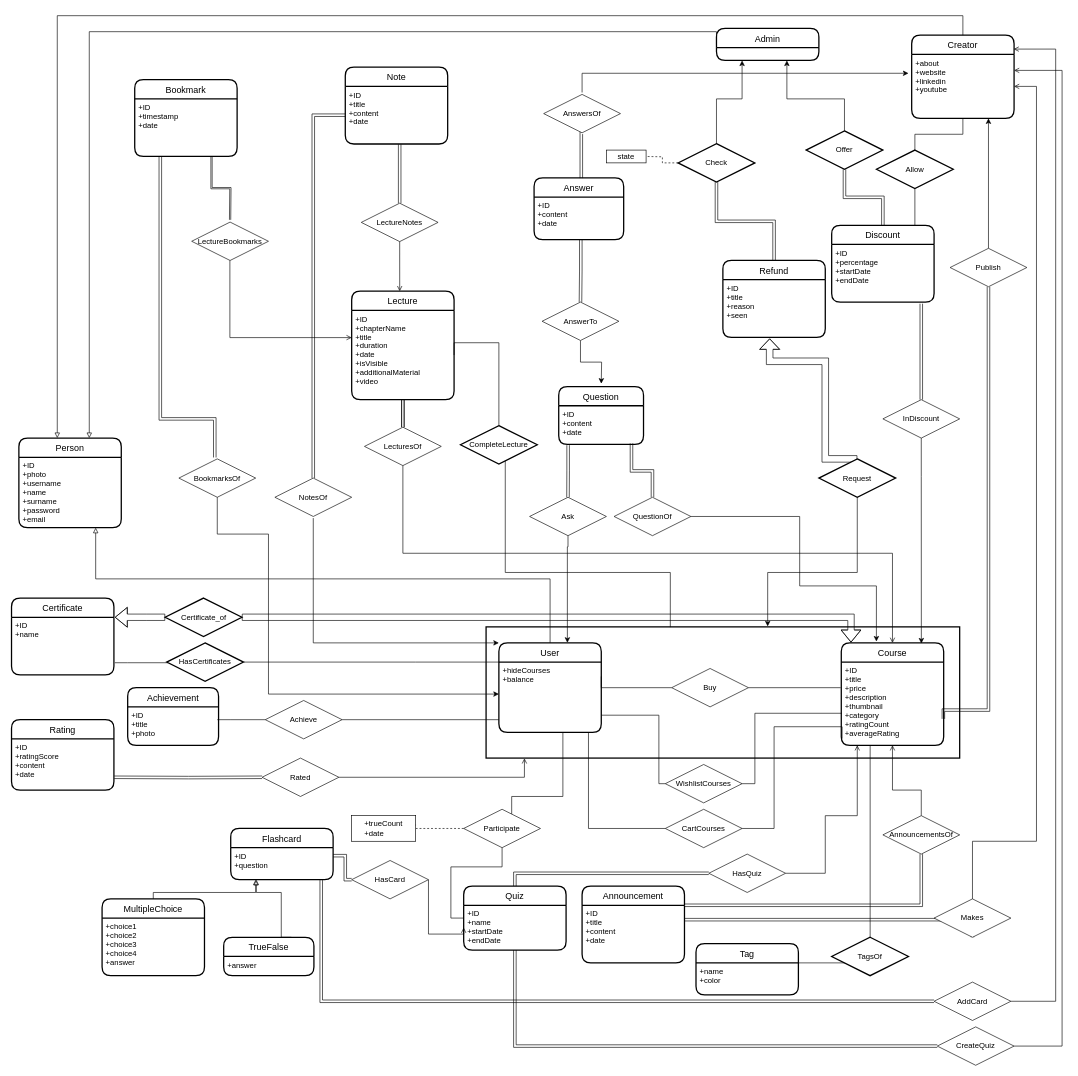
muratangin187/CS353-Project keeps this draw.io diagram as page "Quizlet" (4 of 4) of ER.drawio. Above is the earlier version. Source tidied: cells renumbered, new cells numbered last; positions are measured from the earlier drawing's top-left corner, leaving out a move shared by most shapes. Both pictures are drawn from the tidied source at 64%, with x=0, y=0 at pixel (11, 15).
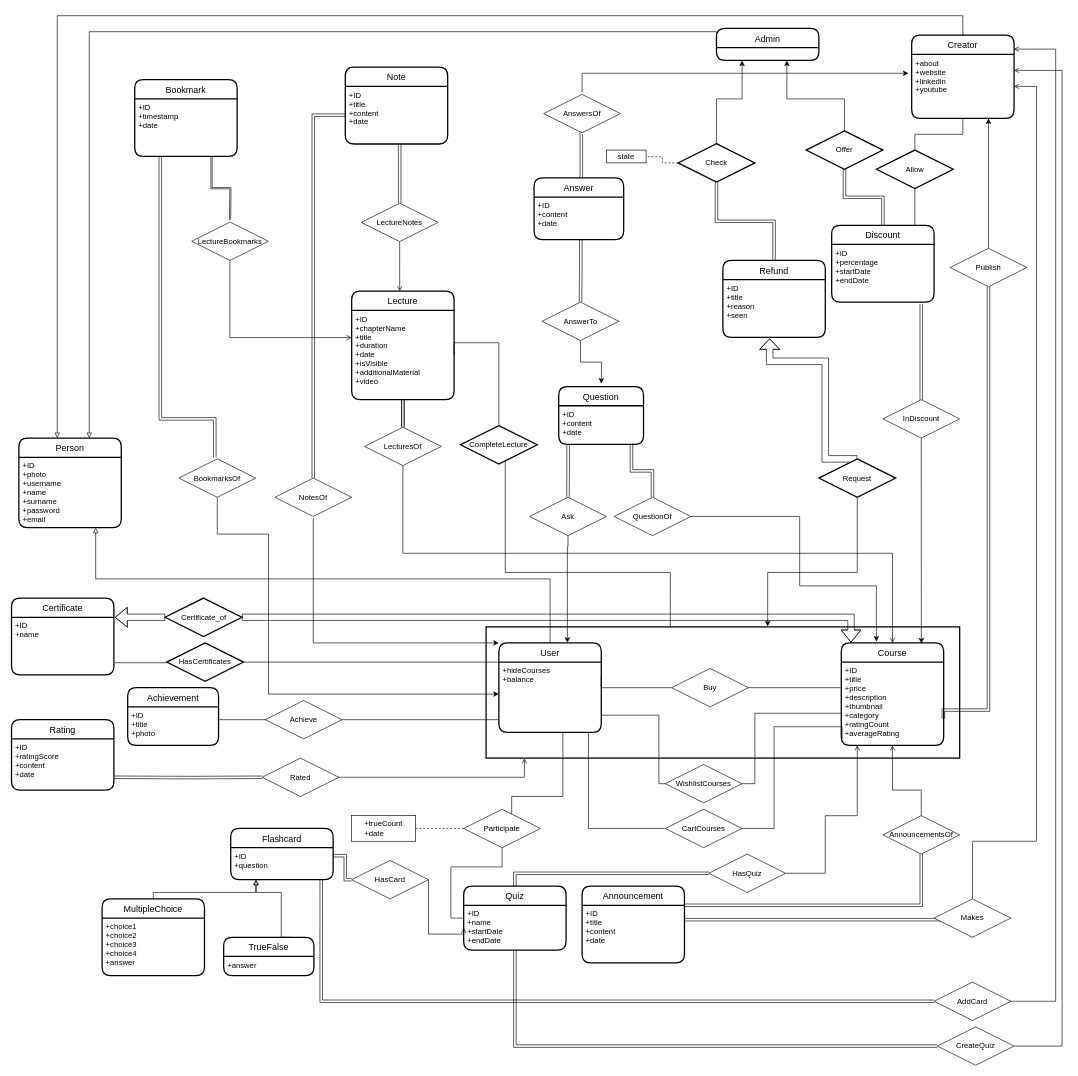
After the change.

The change refers to these unchanged cells:
```xml
<mxCell id="11" value="+ID&#10;+title&#10;+price&#10;+description&#10;+thumbnail&#10;+category&#10;+ratingCount&#10;+averageRating" style="align=left;strokeColor=none;fillColor=none;spacingLeft=4;fontSize=12;verticalAlign=top;" parent="10" vertex="1">
  <mxGeometry y="30" width="160" height="130" as="geometry" />
</mxCell>
```

What changed in the source:
```diff
@@
-    <mxCell id="6" style="edgeStyle=orthogonalEdgeStyle;rounded=0;jettySize=auto;html=1;endArrow=none;endFill=0;strokeColor=#000000;entryX=0;entryY=0;entryDx=0;entryDy=0;exitX=0.282;exitY=1.001;exitDx=0;exitDy=0;exitPerimeter=0;" parent="1" edge="1" source="11" target="66">
-      <mxGeometry relative="1" as="geometry">
-        <Array as="points">
-          <mxPoint x="1342" y="1485" />
-          <mxPoint x="1312" y="1485" />
-        </Array>
-      </mxGeometry>
-    </mxCell>
@@
-    <mxCell id="63" value="Tag" style="swimlane;horizontal=1;startSize=30;rounded=1;fontSize=14;fontStyle=0;strokeWidth=2;shadow=0;dashed=0;align=center;" parent="1" vertex="1">
-      <mxGeometry x="1070" y="1450" width="160" height="80" as="geometry" />
-    </mxCell>
-    <mxCell id="64" value="+name&#10;+color" style="align=left;strokeColor=none;fillColor=none;spacingLeft=4;fontSize=12;verticalAlign=top;" parent="63" vertex="1">
-      <mxGeometry y="30" width="160" height="50" as="geometry" />
-    </mxCell>
-    <mxCell id="65" style="edgeStyle=orthogonalEdgeStyle;rounded=0;jettySize=auto;html=1;exitX=0.5;exitY=1;exitDx=0;exitDy=0;endArrow=none;endFill=0;strokeColor=#000000;entryX=1;entryY=0;entryDx=0;entryDy=0;" parent="1" edge="1" source="66" target="64">
+    <mxCell id="65" style="edgeStyle=orthogonalEdgeStyle;rounded=0;orthogonalLoop=1;jettySize=auto;html=1;exitX=0.5;exitY=1;exitDx=0;exitDy=0;endArrow=none;endFill=0;strokeColor=#000000;entryX=1;entryY=0;entryDx=0;entryDy=0;" parent="1" edge="1">
       <mxGeometry relative="1" as="geometry">
+        <mxPoint x="1230" y="1480" as="targetPoint" />
         <Array as="points">
           <mxPoint x="1342" y="1480" />
         </Array>
       </mxGeometry>
     </mxCell>
-    <mxCell id="66" value="TagsOf" style="shape=rhombus;perimeter=rhombusPerimeter;whiteSpace=wrap;html=1;align=center;rounded=0;shadow=0;glass=0;sketch=0;strokeWidth=2;gradientColor=none;" parent="1" vertex="1">
-      <mxGeometry x="1282" y="1440" width="120" height="60" as="geometry" />
-    </mxCell>
```
